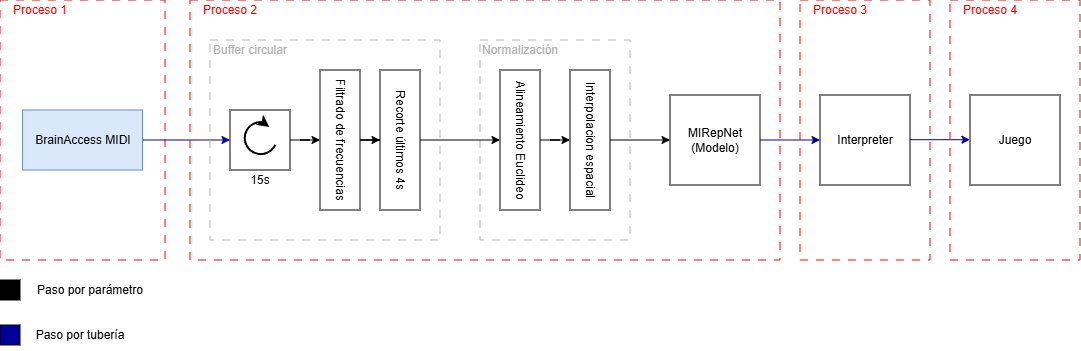
Before: Memoria/plantilla_tfg_latex__1_/Imagenes/Bitmap/Pipeline_TR.png, a diagram exported from draw.io (J0RGITO-SA3Z/TFG-BCI). Source tidied: cells renumbered, new cells last; positions are measured from the earlier drawing's top-left corner, leaving out a move shared by most shapes.
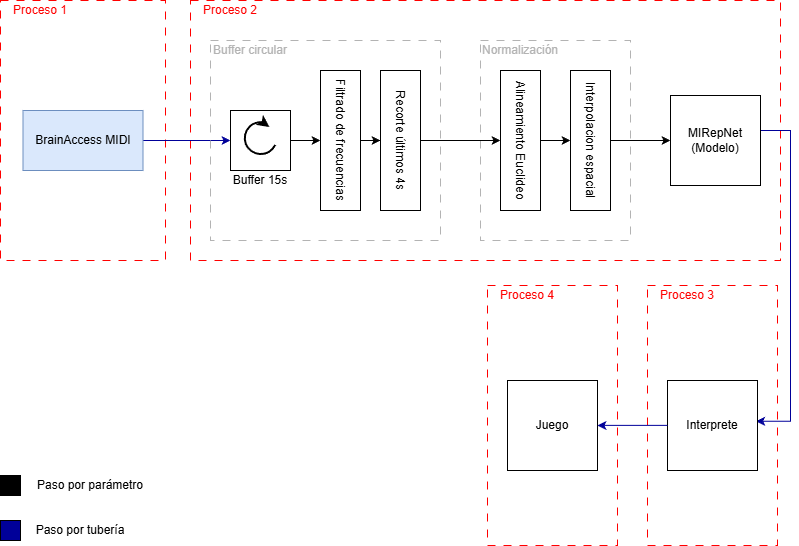
After the change.

What changed in the source:
```diff
@@ -2,8 +2,11 @@
   <root>
     <mxCell id="0" />
     <mxCell id="1" parent="0" />
+    <mxCell id="35" style="rounded=0;whiteSpace=wrap;html=1;fillColor=none;dashed=1;dashPattern=8 8;strokeColor=#FF0000;" parent="1" vertex="1">
+      <mxGeometry x="487" y="285" width="130" height="260" as="geometry" />
+    </mxCell>
     <mxCell id="2" style="rounded=0;whiteSpace=wrap;html=1;fillColor=none;dashed=1;dashPattern=8 8;strokeColor=#FF0000;" parent="1" vertex="1">
-      <mxGeometry x="800" width="130" height="260" as="geometry" />
+      <mxGeometry x="647" y="285" width="130" height="260" as="geometry" />
     </mxCell>
     <mxCell id="3" style="rounded=0;whiteSpace=wrap;html=1;fillColor=none;dashed=1;dashPattern=8 8;strokeColor=#FF0000;" parent="1" vertex="1">
       <mxGeometry width="165" height="260" as="geometry" />
@@ -38,7 +41,7 @@
     <mxCell id="13" value="Filtrado de frecuencias" style="rounded=0;whiteSpace=wrap;html=1;rotation=90;" parent="1" vertex="1">
       <mxGeometry x="270" y="120" width="140" height="40" as="geometry" />
     </mxCell>
-    <mxCell id="14" value="15s" style="text;html=1;whiteSpace=wrap;strokeColor=none;fillColor=none;align=center;verticalAlign=middle;rounded=0;" parent="1" vertex="1">
+    <mxCell id="14" value="Buffer 15s" style="text;html=1;whiteSpace=wrap;strokeColor=none;fillColor=none;align=center;verticalAlign=middle;rounded=0;" parent="1" vertex="1">
       <mxGeometry x="230" y="170" width="60" height="20" as="geometry" />
     </mxCell>
     <mxCell id="15" style="edgeStyle=orthogonalEdgeStyle;rounded=0;jettySize=auto;html=1;" parent="1" edge="1" source="16" target="19">
@@ -65,50 +68,59 @@
     <mxCell id="22" value="&lt;font style=&quot;color: rgb(179, 179, 179);&quot;&gt;Normalización&lt;/font&gt;" style="text;html=1;whiteSpace=wrap;strokeColor=none;fillColor=none;align=center;verticalAlign=middle;rounded=0;" parent="1" vertex="1">
       <mxGeometry x="480" y="40" width="80" height="20" as="geometry" />
     </mxCell>
-    <mxCell id="23" style="edgeStyle=orthogonalEdgeStyle;rounded=0;jettySize=auto;html=1;strokeColor=#000099;" parent="1" edge="1" source="24" target="25">
-      <mxGeometry relative="1" as="geometry" />
+    <mxCell id="23" style="edgeStyle=orthogonalEdgeStyle;rounded=0;orthogonalLoop=1;jettySize=auto;html=1;strokeColor=#000099;entryX=0.985;entryY=0.564;entryDx=0;entryDy=0;entryPerimeter=0;" parent="1" edge="1">
+      <mxGeometry relative="1" as="geometry">
+        <mxPoint x="710" y="130" as="sourcePoint" />
+        <mxPoint x="755.7" y="420.8" as="targetPoint" />
+        <Array as="points">
+          <mxPoint x="790" y="130" />
+          <mxPoint x="790" y="420" />
+          <mxPoint x="756" y="420" />
+        </Array>
+      </mxGeometry>
     </mxCell>
     <mxCell id="24" value="MIRepNet&lt;div&gt;(Modelo)&lt;/div&gt;" style="rounded=0;whiteSpace=wrap;html=1;rotation=0;" parent="1" vertex="1">
       <mxGeometry x="670" y="95" width="90" height="90" as="geometry" />
     </mxCell>
-    <mxCell id="25" value="Interpreter" style="rounded=0;whiteSpace=wrap;html=1;rotation=0;" parent="1" vertex="1">
-      <mxGeometry x="820" y="95" width="90" height="90" as="geometry" />
+    <mxCell id="25" value="Interprete" style="rounded=0;whiteSpace=wrap;html=1;rotation=0;" parent="1" vertex="1">
+      <mxGeometry x="667" y="380" width="90" height="90" as="geometry" />
     </mxCell>
     <mxCell id="26" value="&lt;font style=&quot;&quot;&gt;Proceso 2&lt;/font&gt;" style="text;html=1;whiteSpace=wrap;strokeColor=none;fillColor=none;align=center;verticalAlign=middle;rounded=0;fontColor=#FF0000;" parent="1" vertex="1">
       <mxGeometry x="190" width="80" height="20" as="geometry" />
     </mxCell>
     <mxCell id="27" value="&lt;font style=&quot;&quot;&gt;Proceso 3&lt;/font&gt;" style="text;html=1;whiteSpace=wrap;strokeColor=none;fillColor=none;align=center;verticalAlign=middle;rounded=0;fontColor=#FF0000;" parent="1" vertex="1">
-      <mxGeometry x="800" width="80" height="20" as="geometry" />
+      <mxGeometry x="647" y="285" width="80" height="20" as="geometry" />
     </mxCell>
     <mxCell id="28" value="&lt;font style=&quot;&quot;&gt;Proceso 1&lt;/font&gt;" style="text;html=1;whiteSpace=wrap;strokeColor=none;fillColor=none;align=center;verticalAlign=middle;rounded=0;fontColor=#FF0000;" parent="1" vertex="1">
       <mxGeometry width="80" height="20" as="geometry" />
     </mxCell>
     <mxCell id="29" style="whiteSpace=wrap;html=1;fillColor=#000000;" parent="1" vertex="1">
-      <mxGeometry y="280" width="20" height="20" as="geometry" />
+      <mxGeometry y="475" width="20" height="20" as="geometry" />
     </mxCell>
     <mxCell id="30" value="Paso por parámetro" style="text;html=1;whiteSpace=wrap;strokeColor=none;fillColor=none;align=center;verticalAlign=middle;rounded=0;" parent="1" vertex="1">
-      <mxGeometry x="30" y="275" width="120" height="30" as="geometry" />
+      <mxGeometry x="30" y="470" width="120" height="30" as="geometry" />
     </mxCell>
     <mxCell id="31" style="whiteSpace=wrap;html=1;fillColor=#000099;" parent="1" vertex="1">
-      <mxGeometry y="325" width="20" height="20" as="geometry" />
+      <mxGeometry y="520" width="20" height="20" as="geometry" />
     </mxCell>
     <mxCell id="32" value="Paso por tubería" style="text;html=1;whiteSpace=wrap;strokeColor=none;fillColor=none;align=center;verticalAlign=middle;rounded=0;" parent="1" vertex="1">
-      <mxGeometry x="30" y="320" width="100" height="30" as="geometry" />
+      <mxGeometry x="30" y="515" width="100" height="30" as="geometry" />
     </mxCell>
     <mxCell id="33" value="Juego" style="rounded=0;whiteSpace=wrap;html=1;rotation=0;" parent="1" vertex="1">
-      <mxGeometry x="970" y="95" width="90" height="90" as="geometry" />
+      <mxGeometry x="507" y="380" width="90" height="90" as="geometry" />
     </mxCell>
-    <mxCell id="34" style="edgeStyle=orthogonalEdgeStyle;rounded=0;orthogonalLoop=1;jettySize=auto;html=1;strokeColor=#000099;" parent="1" edge="1">
-      <mxGeometry relative="1" as="geometry">
-        <mxPoint x="910" y="139.7" as="sourcePoint" />
-        <mxPoint x="970" y="139.7" as="targetPoint" />
-      </mxGeometry>
-    </mxCell>
-    <mxCell id="35" style="rounded=0;whiteSpace=wrap;html=1;fillColor=none;dashed=1;dashPattern=8 8;strokeColor=#FF0000;" parent="1" vertex="1">
-      <mxGeometry x="950" width="130" height="260" as="geometry" />
-    </mxCell>
     <mxCell id="36" value="&lt;font style=&quot;&quot;&gt;Proceso 4&lt;/font&gt;" style="text;html=1;whiteSpace=wrap;strokeColor=none;fillColor=none;align=center;verticalAlign=middle;rounded=0;fontColor=#FF0000;" parent="1" vertex="1">
-      <mxGeometry x="950" width="80" height="20" as="geometry" />
+      <mxGeometry x="487" y="285" width="80" height="20" as="geometry" />
     </mxCell>
+    <mxCell id="37" style="edgeStyle=orthogonalEdgeStyle;rounded=0;orthogonalLoop=1;jettySize=auto;html=1;strokeColor=#000099;exitX=0;exitY=0.5;exitDx=0;exitDy=0;entryX=1;entryY=0.5;entryDx=0;entryDy=0;" parent="1" edge="1">
+      <mxGeometry relative="1" as="geometry">
+        <mxPoint x="667" y="424.9" as="sourcePoint" />
+        <mxPoint x="597" y="424.9" as="targetPoint" />
+        <Array as="points">
+          <mxPoint x="617" y="424.9" />
+          <mxPoint x="617" y="424.9" />
+        </Array>
+      </mxGeometry>
+    </mxCell>
   </root>
 </mxGraphModel>
```
